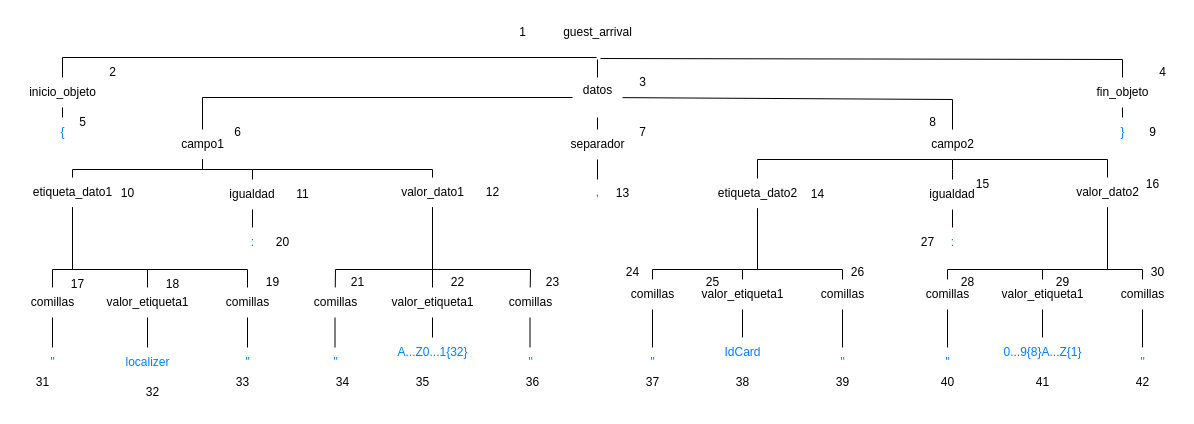
This is arbol_derivacion_func2.drawio from 100495807/G85.2024.T05.EG2, a draw.io file, before an edit. Source tidied: cells renumbered, new cells numbered last; positions are measured from the earlier drawing's top-left corner, leaving out a move shared by most shapes. Both pictures are drawn from the tidied source at 100%, with x=0, y=0 at pixel (17, 17).
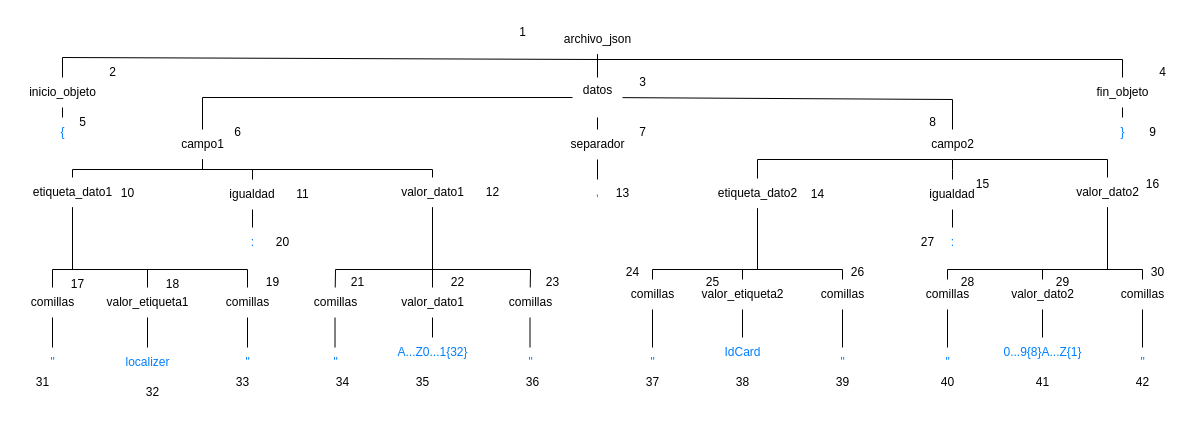
Above is the later version.

Unchanged cells that the change refers to:
```xml
<mxCell id="3" value="inicio_objeto" style="text;html=1;align=center;verticalAlign=middle;points=[];strokeColor=none;fillColor=none;" parent="1" vertex="1">
  <mxGeometry y="60" width="90" height="30" as="geometry" />
</mxCell>
<mxCell id="5" value="fin_objeto" style="text;html=1;align=center;verticalAlign=middle;points=[];strokeColor=none;fillColor=none;" parent="1" vertex="1">
  <mxGeometry x="1065" y="60" width="80" height="30" as="geometry" />
</mxCell>
```

The edit, as a diff of the source:
```diff
@@
-    <mxCell id="2" value="guest_arrival&lt;div&gt;&lt;br/&gt;&lt;/div&gt;" style="text;html=1;align=center;verticalAlign=middle;points=[];strokeColor=none;fillColor=none;" parent="1" vertex="1">
-      <mxGeometry x="535" y="2" width="90" height="40" as="geometry" />
+    <mxCell id="2" value="&lt;div&gt;archivo_json&lt;/div&gt;" style="text;html=1;align=center;verticalAlign=middle;points=[];strokeColor=none;fillColor=none;" parent="1" vertex="1">
+      <mxGeometry x="535" y="7" width="90" height="30" as="geometry" />
     </mxCell>
@@
-    <mxCell id="6" style="endArrow=none;html=1;rounded=0;exitX=0.489;exitY=0.95;exitDx=0;exitDy=0;exitPerimeter=0;" parent="1" edge="1" source="2" target="3">
+    <mxCell id="6" style="endArrow=none;html=1;rounded=0;" parent="1" edge="1" source="2" target="3">
       <mxGeometry relative="1" as="geometry">
         <Array as="points">
+          <mxPoint x="580" y="42" />
           <mxPoint x="45" y="40" />
         </Array>
       </mxGeometry>
     </mxCell>
@@
-    <mxCell id="8" style="endArrow=none;html=1;rounded=0;exitX=0.533;exitY=0.975;exitDx=0;exitDy=0;exitPerimeter=0;" parent="1" edge="1" source="2" target="5">
+    <mxCell id="8" style="endArrow=none;html=1;rounded=0;" parent="1" edge="1" source="2" target="5">
       <mxGeometry relative="1" as="geometry">
         <Array as="points">
+          <mxPoint x="580" y="42" />
           <mxPoint x="1105" y="42" />
         </Array>
       </mxGeometry>
     </mxCell>
@@
-    <mxCell id="41" value="valor_etiqueta1" style="text;html=1;align=center;verticalAlign=middle;points=[];strokeColor=none;fillColor=none;" parent="1" vertex="1">
-      <mxGeometry x="360" y="270" width="110" height="30" as="geometry" />
+    <mxCell id="41" value="valor_dato1" style="text;html=1;align=center;verticalAlign=middle;points=[];strokeColor=none;fillColor=none;" parent="1" vertex="1">
+      <mxGeometry x="370" y="270" width="90" height="30" as="geometry" />
     </mxCell>
@@
-    <mxCell id="44" value="valor_etiqueta1" style="text;html=1;align=center;verticalAlign=middle;points=[];strokeColor=none;fillColor=none;" parent="1" vertex="1">
+    <mxCell id="44" value="valor_etiqueta2" style="text;html=1;align=center;verticalAlign=middle;points=[];strokeColor=none;fillColor=none;" parent="1" vertex="1">
       <mxGeometry x="670" y="262" width="110" height="30" as="geometry" />
     </mxCell>
@@
-    <mxCell id="47" value="valor_etiqueta1" style="text;html=1;align=center;verticalAlign=middle;points=[];strokeColor=none;fillColor=none;" parent="1" vertex="1">
-      <mxGeometry x="970" y="262" width="110" height="30" as="geometry" />
+    <mxCell id="47" value="valor_dato2" style="text;html=1;align=center;verticalAlign=middle;points=[];strokeColor=none;fillColor=none;" parent="1" vertex="1">
+      <mxGeometry x="980" y="262" width="90" height="30" as="geometry" />
     </mxCell>
```
